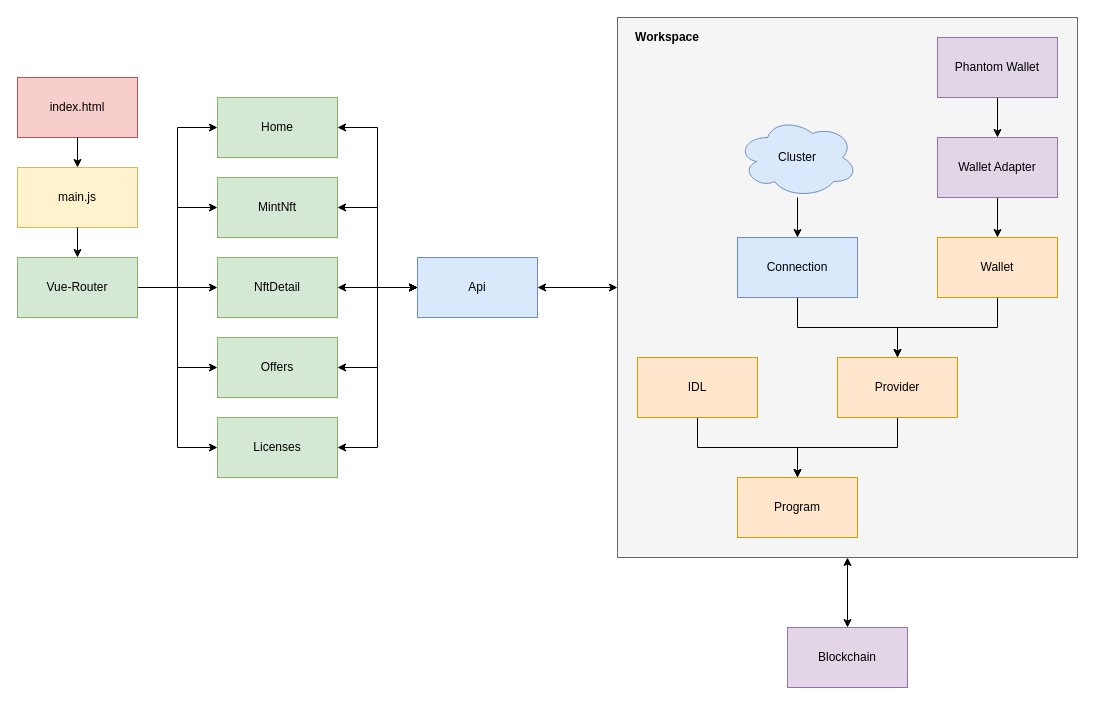
The draw.io diagram page "Frontend Overview" (14 of 16) of Masterarbeit.drawio in philman1/masterarbeit_philipp_roiner, before the edit. Source tidied: cells renumbered, new cells numbered last; positions are measured from the earlier drawing's top-left corner, leaving out a move shared by most shapes. Both pictures are drawn from the tidied source at 100%, with x=0, y=0 at pixel (17, 17).
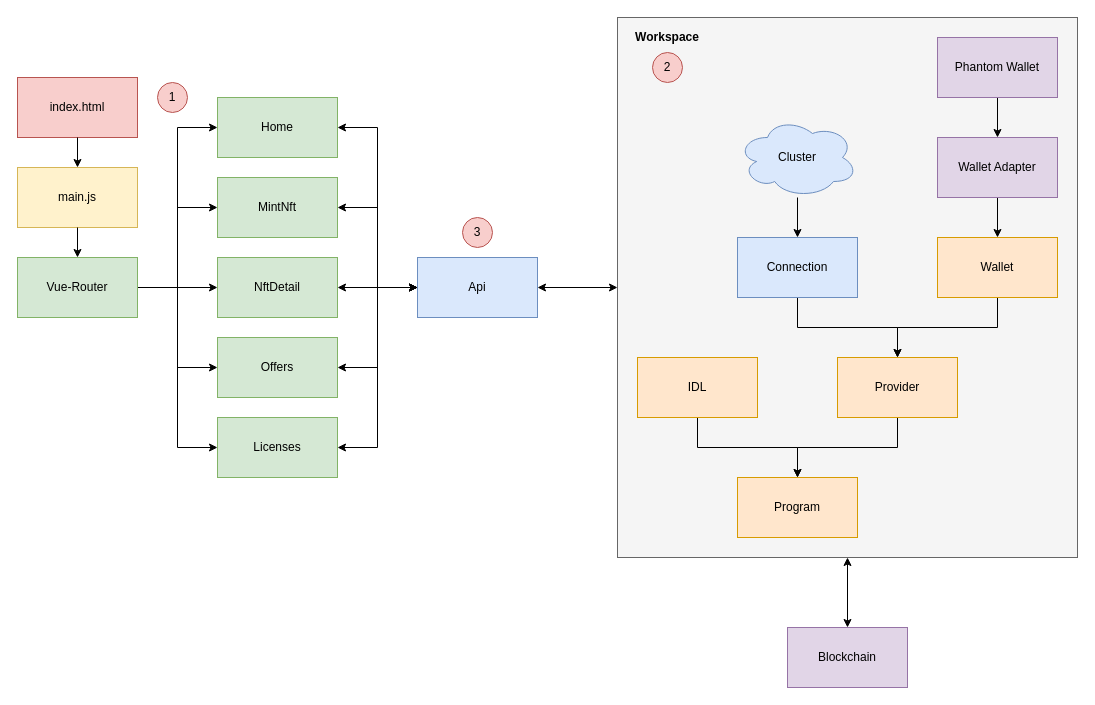
Above is the later version.

The edit, as a diff of the source:
```diff
@@
+    <mxCell id="43" value="2" style="ellipse;whiteSpace=wrap;html=1;shadow=0;glass=0;comic=0;strokeColor=#b85450;startSize=38;fillColor=#f8cecc;" parent="1" vertex="1">
+      <mxGeometry x="635" y="35" width="30" height="30" as="geometry" />
+    </mxCell>
+    <mxCell id="44" value="1" style="ellipse;whiteSpace=wrap;html=1;shadow=0;glass=0;comic=0;strokeColor=#b85450;startSize=38;fillColor=#f8cecc;" parent="1" vertex="1">
+      <mxGeometry x="140" y="65" width="30" height="30" as="geometry" />
+    </mxCell>
+    <mxCell id="45" value="3" style="ellipse;whiteSpace=wrap;html=1;shadow=0;glass=0;comic=0;strokeColor=#b85450;startSize=38;fillColor=#f8cecc;" parent="1" vertex="1">
+      <mxGeometry x="445" y="200" width="30" height="30" as="geometry" />
+    </mxCell>
```
